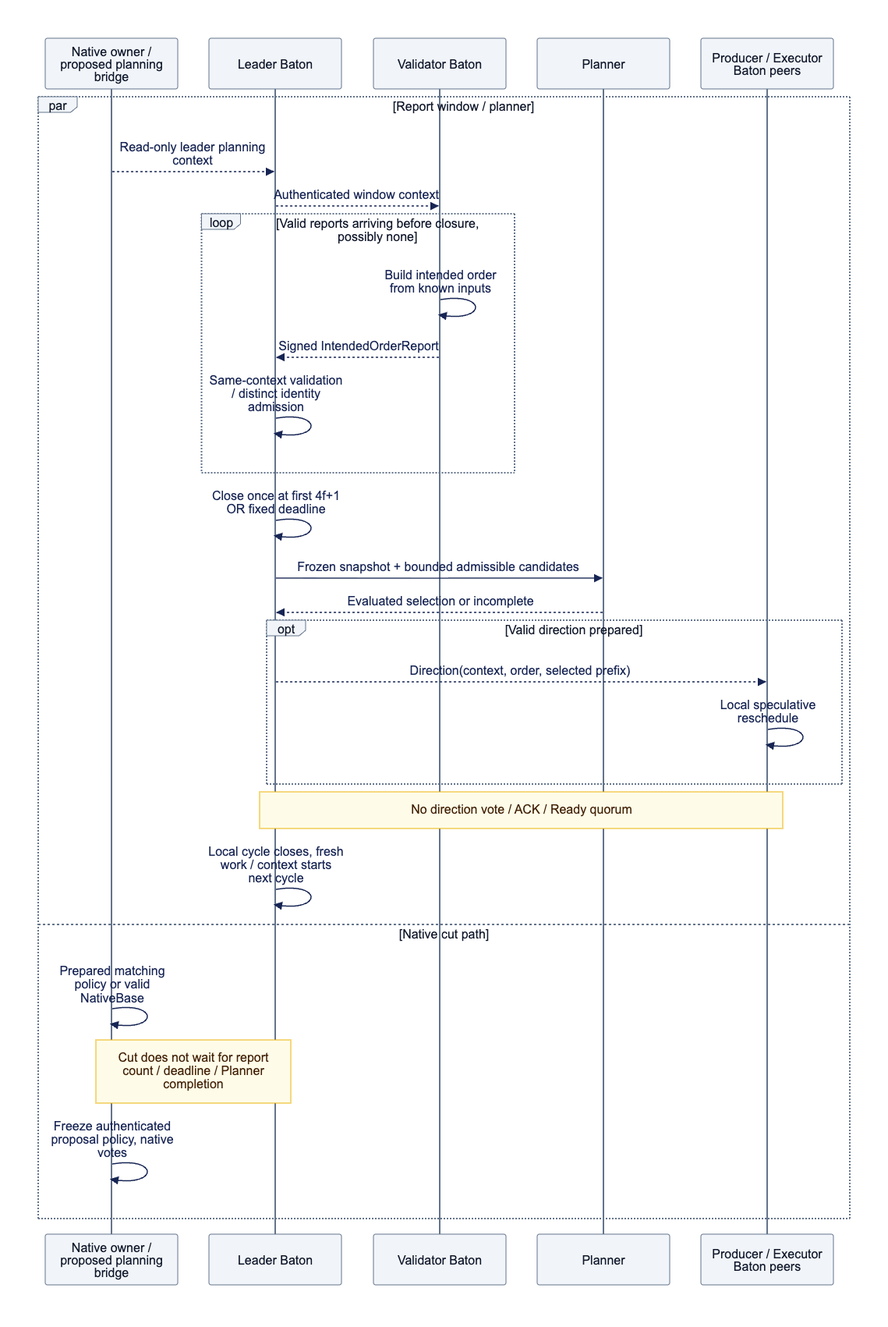
djm07073/baton-research keeps this Mermaid diagram as docs/assets/diagrams/diagram-06.png. Above is the earlier version. Its source is kept beside it as docs/assets/diagrams/diagram-06.mmd.
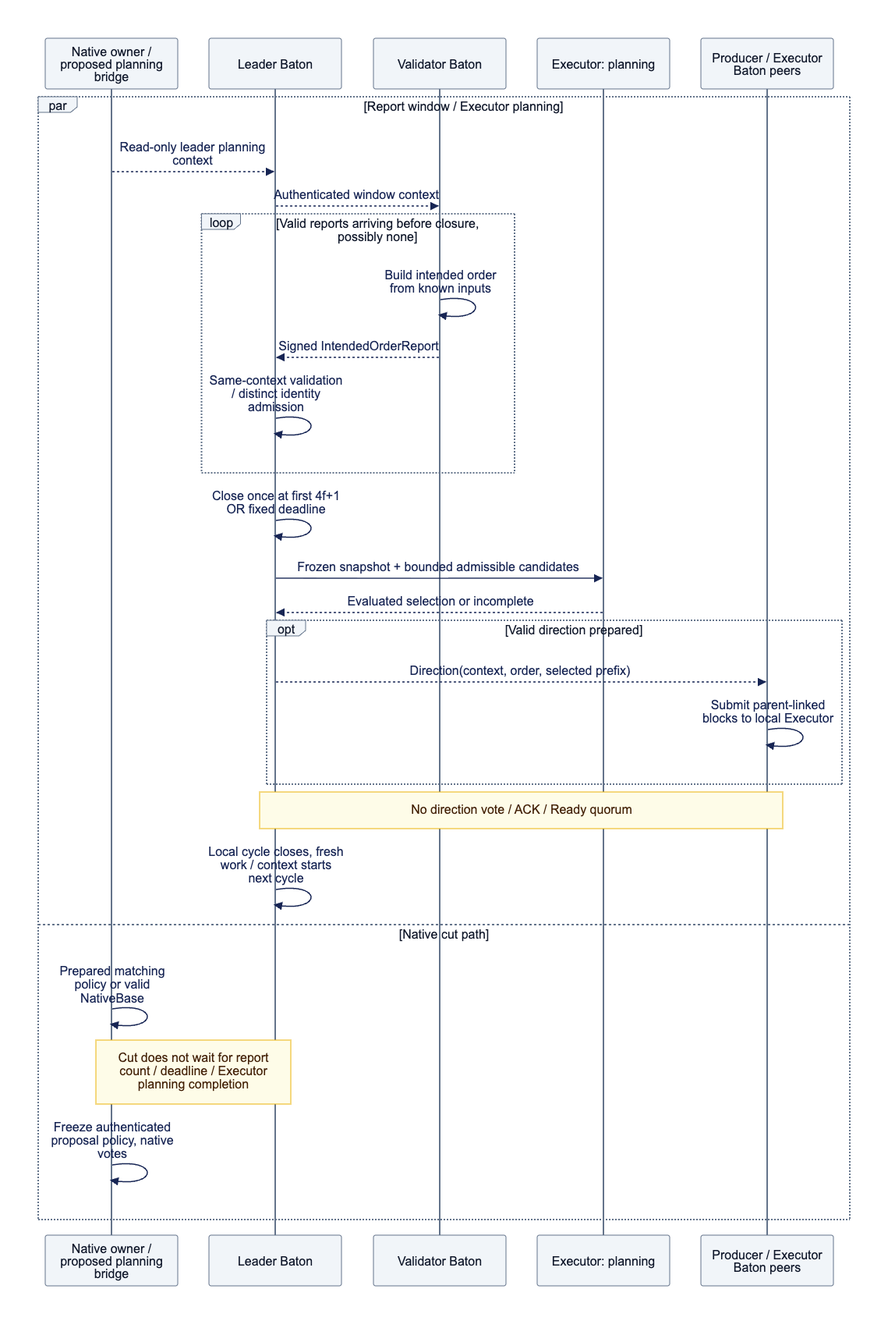
Later version of the same file.

What changed in the source:
```diff
@@ -2,9 +2,9 @@
     participant N as Native owner / proposed planning bridge
     participant L as Leader Baton
     participant V as Validator Baton
-    participant P as Planner
+    participant P as Executor: planning
     participant X as Producer / Executor Baton peers
-    par Report window / planner
+    par Report window / Executor planning
         N-->>L: Read-only leader planning context
         L-->>V: Authenticated window context
         loop Valid reports arriving before closure, possibly none
@@ -17,12 +17,12 @@
         P-->>L: Evaluated selection or incomplete
         opt Valid direction prepared
             L-->>X: Direction(context, order, selected prefix)
-            X->>X: Local speculative reschedule
+            X->>X: Submit parent-linked blocks to local Executor
         end
         Note over L,X: No direction vote / ACK / Ready quorum
         L->>L: Local cycle closes, fresh work / context starts next cycle
     and Native cut path
         N->>N: Prepared matching policy or valid NativeBase
-        Note over N,L: Cut does not wait for report count / deadline / Planner completion
+        Note over N,L: Cut does not wait for report count / deadline / Executor planning completion
         N->>N: Freeze authenticated proposal policy, native votes
     end
```
